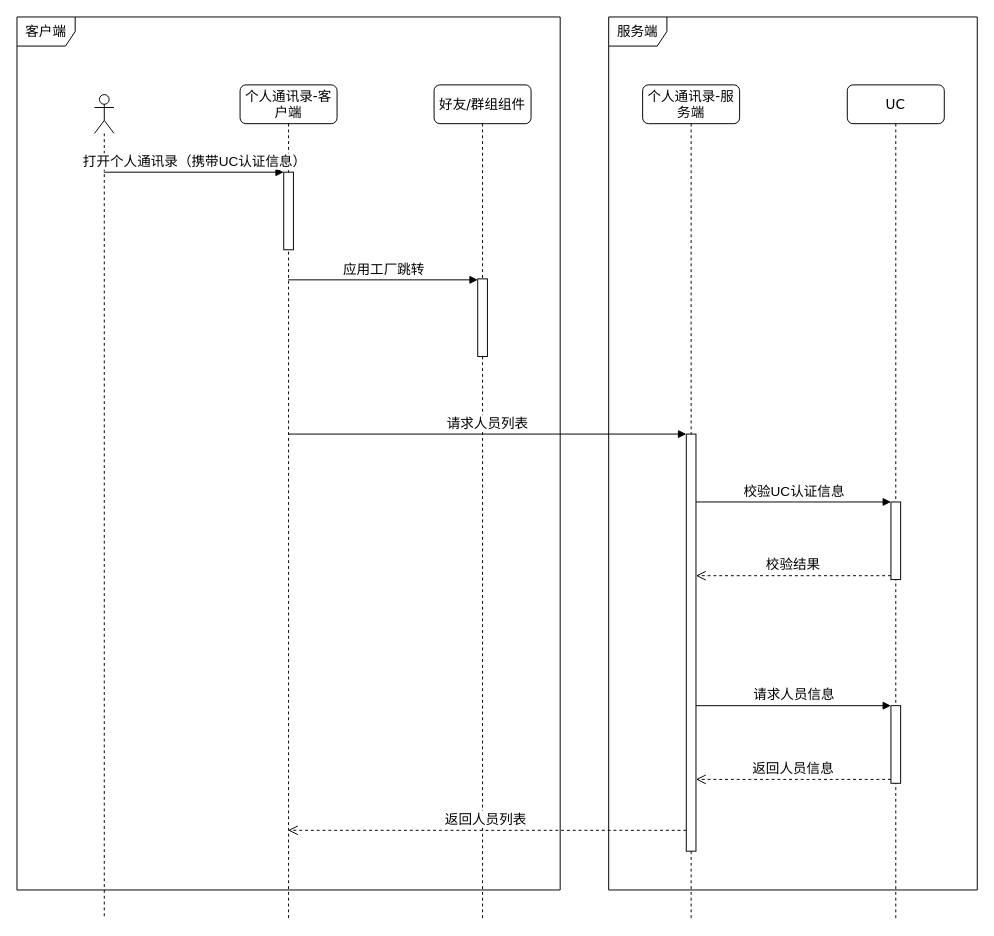
Before: page "个人通讯录" (1 of 3) of EduInfoAddressBook.drawio in kwhitestone/drawio, a draw.io diagram. Source tidied: cells renumbered, new cells numbered last; positions are measured from the earlier drawing's top-left corner, leaving out a move shared by most shapes. Both pictures are drawn from the tidied source at 97%, with x=0, y=0 at pixel (16, 16).
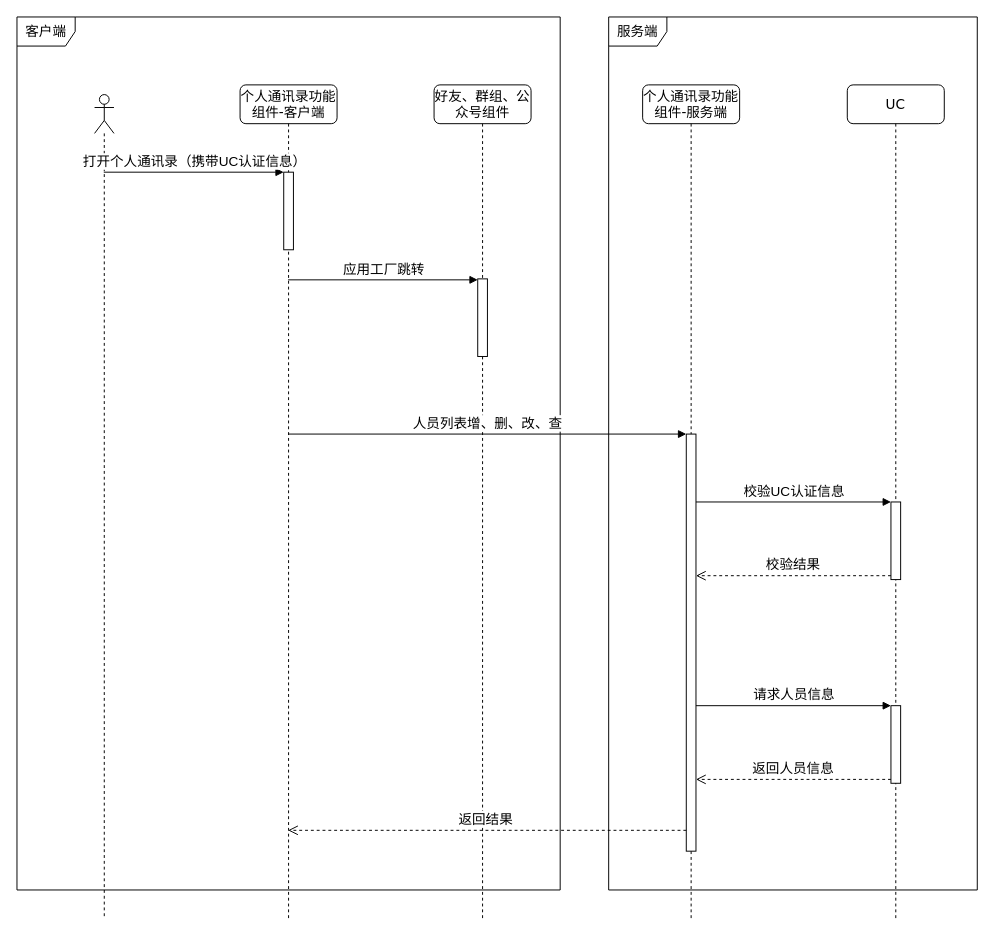
Above is the later version.

The change refers to these unchanged cells:
```xml
<mxCell id="15" style="html=1;points=[];perimeter=orthogonalPerimeter;fontSize=14;" parent="1" vertex="1">
  <mxGeometry x="690" y="430" width="10" height="430" as="geometry" />
</mxCell>
```

The edit, as a diff of the source:
```diff
@@
-    <mxCell id="4" value="好友/群组组件" style="shape=umlLifeline;perimeter=lifelinePerimeter;whiteSpace=wrap;html=1;rounded=1;shadow=0;comic=0;labelBackgroundColor=none;strokeWidth=1;fontFamily=Verdana;fontSize=14;align=center;" parent="1" vertex="1">
+    <mxCell id="4" value="好友、群组、公众号组件" style="shape=umlLifeline;perimeter=lifelinePerimeter;whiteSpace=wrap;html=1;rounded=1;shadow=0;comic=0;labelBackgroundColor=none;strokeWidth=1;fontFamily=Verdana;fontSize=14;align=center;" parent="1" vertex="1">
       <mxGeometry x="430" y="70" width="100" height="860" as="geometry" />
     </mxCell>
@@
-    <mxCell id="6" value="个人通讯录-服务端" style="shape=umlLifeline;perimeter=lifelinePerimeter;whiteSpace=wrap;html=1;rounded=1;shadow=0;comic=0;labelBackgroundColor=none;strokeWidth=1;fontFamily=Verdana;fontSize=14;align=center;" parent="1" vertex="1">
+    <mxCell id="6" value="个人通讯录功能组件-服务端" style="shape=umlLifeline;perimeter=lifelinePerimeter;whiteSpace=wrap;html=1;rounded=1;shadow=0;comic=0;labelBackgroundColor=none;strokeWidth=1;fontFamily=Verdana;fontSize=14;align=center;" parent="1" vertex="1">
       <mxGeometry x="645" y="70" width="100" height="860" as="geometry" />
     </mxCell>
@@
-    <mxCell id="10" value="个人通讯录-客户端" style="shape=umlLifeline;perimeter=lifelinePerimeter;whiteSpace=wrap;html=1;outlineConnect=0;rounded=1;shadow=0;comic=0;labelBackgroundColor=none;strokeWidth=1;fontFamily=Verdana;fontSize=14;align=center;" parent="1" vertex="1">
+    <mxCell id="10" value="个人通讯录功能组件-客户端" style="shape=umlLifeline;perimeter=lifelinePerimeter;whiteSpace=wrap;html=1;outlineConnect=0;rounded=1;shadow=0;comic=0;labelBackgroundColor=none;strokeWidth=1;fontFamily=Verdana;fontSize=14;align=center;" parent="1" vertex="1">
       <mxGeometry x="230" y="70" width="100" height="860" as="geometry" />
     </mxCell>
@@
-    <mxCell id="16" value="请求人员列表" style="html=1;verticalAlign=bottom;endArrow=block;entryX=0;entryY=0;rounded=0;fontSize=14;" parent="1" edge="1" source="10" target="15">
+    <mxCell id="16" value="人员列表增、删、改、查" style="html=1;verticalAlign=bottom;endArrow=block;entryX=0;entryY=0;rounded=0;fontSize=14;" parent="1" edge="1" source="10" target="15">
       <mxGeometry relative="1" as="geometry" />
     </mxCell>
-    <mxCell id="17" value="返回人员列表&amp;nbsp;" style="html=1;verticalAlign=bottom;endArrow=open;dashed=1;endSize=8;exitX=0;exitY=0.95;rounded=0;fontSize=14;" parent="1" edge="1" source="15" target="10">
+    <mxCell id="17" value="返回结果&amp;nbsp;" style="html=1;verticalAlign=bottom;endArrow=open;dashed=1;endSize=8;exitX=0;exitY=0.95;rounded=0;fontSize=14;" parent="1" edge="1" source="15" target="10">
       <mxGeometry relative="1" as="geometry" />
     </mxCell>
```
